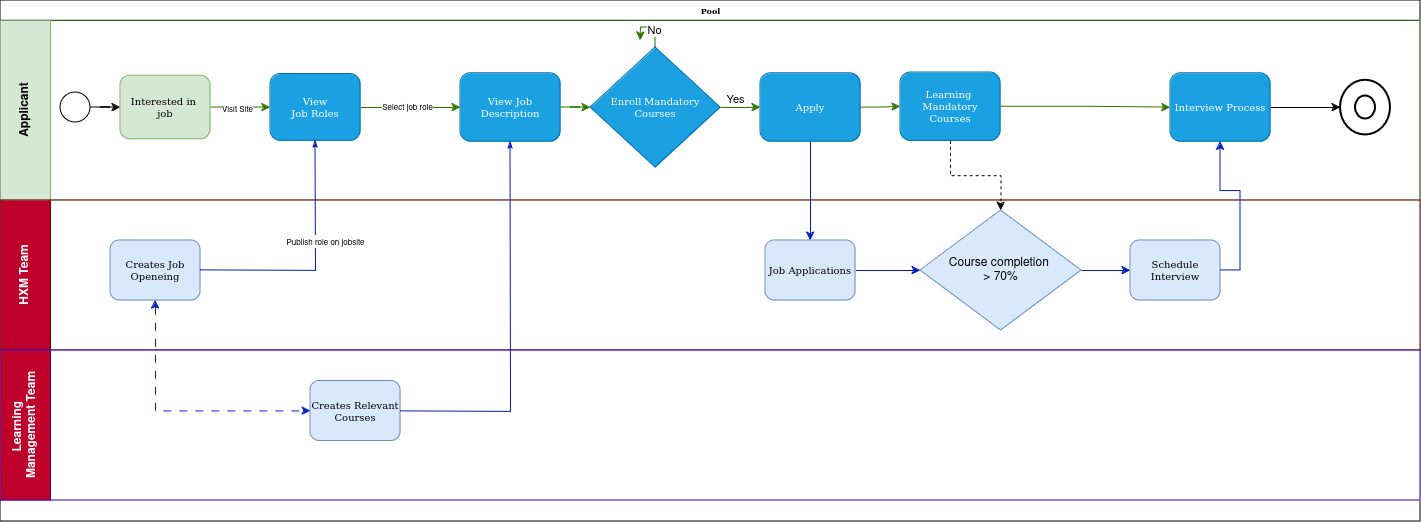
Earlier version of the draw.io export BPMN/Untitled Diagram.drawio.png (Meharaj-thoufik/Quality-Candidate-Recruit). Source tidied: cells renumbered, new cells last; positions are measured from the earlier drawing's top-left corner, leaving out a move shared by most shapes. The source it was exported from:
```xml
<mxGraphModel background="#ffffff">
  <root>
    <mxCell id="0" />
    <mxCell id="1" parent="0" />
    <mxCell id="2" value="Pool" style="swimlane;html=1;horizontal=1;startSize=20;rounded=0;shadow=0;labelBackgroundColor=none;strokeWidth=1;fontFamily=Verdana;fontSize=8;align=center;swimlaneFillColor=default;" parent="1" vertex="1">
      <mxGeometry width="1420" height="521" as="geometry" />
    </mxCell>
    <mxCell id="3" value="Applicant" style="swimlane;html=1;startSize=50;horizontal=0;fillColor=#d5e8d4;strokeColor=#82b366;" parent="2" vertex="1">
      <mxGeometry y="20" width="1420" height="180" as="geometry" />
    </mxCell>
    <mxCell id="4" style="edgeStyle=orthogonalEdgeStyle;rounded=0;jettySize=auto;html=1;entryX=0;entryY=0.5;entryDx=0;entryDy=0;" parent="3" edge="1" source="5" target="8">
      <mxGeometry relative="1" as="geometry" />
    </mxCell>
    <mxCell id="5" style="ellipse;whiteSpace=wrap;html=1;rounded=0;shadow=0;labelBackgroundColor=none;strokeWidth=1;fontFamily=Verdana;fontSize=8;align=center;" parent="3" vertex="1">
      <mxGeometry x="60" y="72" width="30" height="30" as="geometry" />
    </mxCell>
    <mxCell id="6" style="edgeStyle=orthogonalEdgeStyle;rounded=0;jettySize=auto;html=1;strokeColor=#2D7600;fillColor=#60a917;" parent="3" edge="1" source="8" target="11">
      <mxGeometry relative="1" as="geometry" />
    </mxCell>
    <mxCell id="7" value="&lt;font style=&quot;font-size: 8px;&quot;&gt;Visit Site&lt;/font&gt;" style="edgeLabel;html=1;align=center;verticalAlign=middle;" parent="6" vertex="1">
      <mxGeometry x="-0.25" y="-3" relative="1" as="geometry">
        <mxPoint x="4" y="-3" as="offset" />
      </mxGeometry>
    </mxCell>
    <mxCell id="8" value="&lt;div style=&quot;font-size: 10px;&quot;&gt;&lt;font style=&quot;font-size: 10px;&quot;&gt;Interested in&amp;nbsp;&lt;/font&gt;&lt;/div&gt;&lt;div style=&quot;font-size: 10px;&quot;&gt;&lt;font style=&quot;font-size: 10px;&quot;&gt;job&lt;/font&gt;&lt;/div&gt;" style="rounded=1;whiteSpace=wrap;html=1;shadow=0;labelBackgroundColor=none;strokeWidth=1;fontFamily=Verdana;fontSize=8;align=center;fillColor=#d5e8d4;strokeColor=#82b366;glass=0;" parent="3" vertex="1">
      <mxGeometry x="120" y="55.2" width="90" height="63.5" as="geometry" />
    </mxCell>
    <mxCell id="9" style="edgeStyle=orthogonalEdgeStyle;rounded=0;jettySize=auto;html=1;strokeColor=#2D7600;fillColor=#60a917;" parent="3" edge="1" source="11" target="12">
      <mxGeometry relative="1" as="geometry" />
    </mxCell>
    <mxCell id="10" value="&lt;div style=&quot;font-size: 8px;&quot;&gt;&lt;font style=&quot;font-size: 8px;&quot;&gt;Select &lt;font style=&quot;font-size: 8px;&quot;&gt;job role&lt;/font&gt;&lt;font style=&quot;font-size: 8px;&quot;&gt;&lt;br&gt;&lt;/font&gt;&lt;/font&gt;&lt;/div&gt;" style="edgeLabel;html=1;align=center;verticalAlign=middle;" parent="9" vertex="1">
      <mxGeometry x="-0.08" y="-1" relative="1" as="geometry" />
    </mxCell>
    <mxCell id="11" value="&lt;div style=&quot;font-size: 10px;&quot;&gt;&lt;font style=&quot;font-size: 10px;&quot;&gt;View&lt;/font&gt;&lt;/div&gt;&lt;div style=&quot;font-size: 10px;&quot;&gt;&lt;font style=&quot;font-size: 10px;&quot;&gt;Job Roles &lt;br&gt;&lt;/font&gt;&lt;/div&gt;" style="rounded=1;whiteSpace=wrap;html=1;shadow=0;labelBackgroundColor=none;strokeWidth=1;fontFamily=Verdana;fontSize=8;align=center;fillColor=#1ba1e2;fontColor=#ffffff;strokeColor=#006EAF;" parent="3" vertex="1">
      <mxGeometry x="270" y="53.6" width="90" height="66.8" as="geometry" />
    </mxCell>
    <mxCell id="12" value="&lt;div style=&quot;font-size: 10px;&quot;&gt;&lt;font style=&quot;font-size: 10px;&quot;&gt;View Job Description &lt;br&gt;&lt;/font&gt;&lt;/div&gt;" style="rounded=1;whiteSpace=wrap;html=1;shadow=0;labelBackgroundColor=none;strokeWidth=1;fontFamily=Verdana;fontSize=8;align=center;fillColor=#1ba1e2;fontColor=#ffffff;strokeColor=#006EAF;" parent="3" vertex="1">
      <mxGeometry x="460" y="52.8" width="100" height="68.4" as="geometry" />
    </mxCell>
    <mxCell id="13" style="edgeStyle=orthogonalEdgeStyle;rounded=0;jettySize=auto;html=1;fillColor=#60a917;strokeColor=#2D7600;" parent="3" edge="1" source="15">
      <mxGeometry relative="1" as="geometry">
        <mxPoint x="640" y="20" as="targetPoint" />
      </mxGeometry>
    </mxCell>
    <mxCell id="14" value="No" style="edgeLabel;html=1;align=center;verticalAlign=middle;" parent="13" vertex="1">
      <mxGeometry x="-0.28" y="2" relative="1" as="geometry" />
    </mxCell>
    <mxCell id="15" value="&lt;font style=&quot;font-size: 10px;&quot;&gt;Enroll&lt;/font&gt; &lt;font style=&quot;font-size: 10px;&quot;&gt;&lt;font style=&quot;font-size: 10px;&quot;&gt;Mandatory Courses&lt;/font&gt;&lt;/font&gt;" style="strokeWidth=1;html=1;shape=mxgraph.flowchart.decision;whiteSpace=wrap;rounded=1;shadow=0;labelBackgroundColor=none;fontFamily=Verdana;fontSize=8;align=center;fillColor=#1ba1e2;fontColor=#ffffff;strokeColor=#006EAF;" parent="3" vertex="1">
      <mxGeometry x="590" y="27" width="130" height="120" as="geometry" />
    </mxCell>
    <mxCell id="16" style="edgeStyle=orthogonalEdgeStyle;rounded=0;jettySize=auto;html=1;entryX=0;entryY=0.5;entryDx=0;entryDy=0;entryPerimeter=0;strokeColor=#2D7600;fillColor=#60a917;" parent="3" edge="1" source="12" target="15">
      <mxGeometry relative="1" as="geometry" />
    </mxCell>
    <mxCell id="17" style="edgeStyle=orthogonalEdgeStyle;rounded=0;jettySize=auto;html=1;entryX=0;entryY=0.5;entryDx=0;entryDy=0;fillColor=#60a917;strokeColor=#2D7600;" parent="3" edge="1" source="18" target="24">
      <mxGeometry relative="1" as="geometry" />
    </mxCell>
    <mxCell id="18" value="&lt;div style=&quot;font-size: 10px;&quot;&gt;&lt;font style=&quot;font-size: 10px;&quot;&gt;Learning&amp;nbsp;&lt;/font&gt;&lt;/div&gt;&lt;div style=&quot;font-size: 10px;&quot;&gt;&lt;font style=&quot;font-size: 10px;&quot;&gt;Mandatory&lt;/font&gt;&lt;/div&gt;&lt;div style=&quot;font-size: 10px;&quot;&gt;&lt;font style=&quot;font-size: 10px;&quot;&gt;Courses&lt;br&gt;&lt;/font&gt;&lt;/div&gt;" style="rounded=1;whiteSpace=wrap;html=1;shadow=0;labelBackgroundColor=none;strokeWidth=1;fontFamily=Verdana;fontSize=8;align=center;fillColor=#1ba1e2;fontColor=#ffffff;strokeColor=#006EAF;" parent="3" vertex="1">
      <mxGeometry x="900" y="52" width="100" height="68.4" as="geometry" />
    </mxCell>
    <mxCell id="19" style="edgeStyle=orthogonalEdgeStyle;rounded=0;jettySize=auto;html=1;exitX=1;exitY=0.5;exitDx=0;exitDy=0;entryX=0;entryY=0.5;entryDx=0;entryDy=0;fillColor=#60a917;strokeColor=#2D7600;" parent="3" edge="1" source="20" target="18">
      <mxGeometry relative="1" as="geometry" />
    </mxCell>
    <mxCell id="20" value="&lt;font style=&quot;font-size: 10px;&quot;&gt;Apply&lt;/font&gt;" style="rounded=1;whiteSpace=wrap;html=1;shadow=0;labelBackgroundColor=none;strokeWidth=1;fontFamily=Verdana;fontSize=8;align=center;fillColor=#1ba1e2;fontColor=#ffffff;strokeColor=#006EAF;" parent="3" vertex="1">
      <mxGeometry x="760" y="52.8" width="100" height="68.4" as="geometry" />
    </mxCell>
    <mxCell id="21" style="edgeStyle=orthogonalEdgeStyle;rounded=0;jettySize=auto;html=1;strokeColor=#2D7600;fillColor=#60a917;entryX=0;entryY=0.5;entryDx=0;entryDy=0;" parent="3" edge="1" source="15" target="20">
      <mxGeometry relative="1" as="geometry" />
    </mxCell>
    <mxCell id="22" value="Yes" style="edgeLabel;html=1;align=center;verticalAlign=middle;" parent="21" vertex="1">
      <mxGeometry x="0.09" y="-2" relative="1" as="geometry">
        <mxPoint x="-8" y="-10" as="offset" />
      </mxGeometry>
    </mxCell>
    <mxCell id="23" style="edgeStyle=orthogonalEdgeStyle;rounded=0;jettySize=auto;html=1;" parent="3" edge="1" source="24" target="25">
      <mxGeometry relative="1" as="geometry" />
    </mxCell>
    <mxCell id="24" value="&lt;font style=&quot;font-size: 10px;&quot;&gt;Interview Process&lt;/font&gt;" style="rounded=1;whiteSpace=wrap;html=1;shadow=0;labelBackgroundColor=none;strokeWidth=1;fontFamily=Verdana;fontSize=8;align=center;fillColor=#1ba1e2;fontColor=#ffffff;strokeColor=#006EAF;" parent="3" vertex="1">
      <mxGeometry x="1170" y="52.8" width="100" height="68.4" as="geometry" />
    </mxCell>
    <mxCell id="25" style="strokeWidth=2;html=1;shape=mxgraph.flowchart.start_2;whiteSpace=wrap;" parent="3" vertex="1">
      <mxGeometry x="1340" y="59.6" width="50" height="54.8" as="geometry" />
    </mxCell>
    <mxCell id="26" style="strokeWidth=2;html=1;shape=mxgraph.flowchart.start_2;whiteSpace=wrap;" parent="3" vertex="1">
      <mxGeometry x="1355" y="75.5" width="20" height="23" as="geometry" />
    </mxCell>
    <mxCell id="27" value="HXM Team" style="swimlane;html=1;startSize=50;horizontal=0;fillColor=#BF002B;strokeColor=#6F0000;fontColor=#ffffff;gradientColor=none;swimlaneFillColor=default;" parent="2" vertex="1">
      <mxGeometry y="200" width="1420" height="150" as="geometry" />
    </mxCell>
    <mxCell id="28" value="&lt;font size=&quot;1&quot;&gt;&lt;span&gt;Creates Job Openeing &lt;/span&gt;&lt;/font&gt;" style="rounded=1;whiteSpace=wrap;html=1;shadow=0;labelBackgroundColor=none;strokeWidth=1;fontFamily=Verdana;fontSize=8;align=center;fillColor=#dae8fc;strokeColor=#6c8ebf;" parent="27" vertex="1">
      <mxGeometry x="110" y="40" width="90" height="60" as="geometry" />
    </mxCell>
    <mxCell id="29" style="edgeStyle=orthogonalEdgeStyle;rounded=0;jettySize=auto;html=1;exitX=1;exitY=0.5;exitDx=0;exitDy=0;entryX=0;entryY=0.5;entryDx=0;entryDy=0;fillColor=#0050ef;strokeColor=#001DBC;" parent="27" edge="1" source="30" target="32">
      <mxGeometry relative="1" as="geometry" />
    </mxCell>
    <mxCell id="30" value="&lt;font style=&quot;font-size: 10px;&quot;&gt;Job Applications&lt;br&gt;&lt;/font&gt;" style="rounded=1;whiteSpace=wrap;html=1;shadow=0;labelBackgroundColor=none;strokeWidth=1;fontFamily=Verdana;fontSize=8;align=center;fillColor=#dae8fc;strokeColor=#6c8ebf;" parent="27" vertex="1">
      <mxGeometry x="765" y="40" width="90" height="60" as="geometry" />
    </mxCell>
    <mxCell id="31" style="edgeStyle=orthogonalEdgeStyle;rounded=0;jettySize=auto;html=1;entryX=0;entryY=0.5;entryDx=0;entryDy=0;fillColor=#0050ef;strokeColor=#001DBC;" parent="27" edge="1" source="32" target="33">
      <mxGeometry relative="1" as="geometry" />
    </mxCell>
    <mxCell id="32" value="&lt;div&gt;Course completion&amp;nbsp;&lt;/div&gt;&lt;div&gt;&amp;gt; 70%&lt;/div&gt;" style="rhombus;whiteSpace=wrap;html=1;fillColor=#dae8fc;strokeColor=#6c8ebf;" parent="27" vertex="1">
      <mxGeometry x="920" y="10" width="161" height="120" as="geometry" />
    </mxCell>
    <mxCell id="33" value="&lt;font style=&quot;font-size: 10px;&quot;&gt;Schedule Interview &lt;br&gt;&lt;/font&gt;" style="rounded=1;whiteSpace=wrap;html=1;shadow=0;labelBackgroundColor=none;strokeWidth=1;fontFamily=Verdana;fontSize=8;align=center;fillColor=#dae8fc;strokeColor=#6c8ebf;" parent="27" vertex="1">
      <mxGeometry x="1130" y="40" width="90" height="60" as="geometry" />
    </mxCell>
    <mxCell id="34" value="&lt;div&gt;Learning&amp;nbsp;&lt;/div&gt;&lt;div&gt;Management Team&lt;br&gt;&lt;/div&gt;" style="swimlane;html=1;startSize=50;horizontal=0;fillColor=#BF002B;strokeColor=#3700CC;fontColor=#ffffff;swimlaneFillColor=default;" parent="2" vertex="1">
      <mxGeometry y="350" width="1420" height="150" as="geometry" />
    </mxCell>
    <mxCell id="35" value="&lt;div&gt;&lt;font size=&quot;1&quot;&gt;&lt;span&gt;Creates Relevant&lt;/span&gt;&lt;/font&gt;&lt;/div&gt;&lt;div&gt;&lt;font size=&quot;1&quot;&gt;&lt;span&gt;Courses &lt;/span&gt;&lt;/font&gt;&lt;/div&gt;" style="rounded=1;whiteSpace=wrap;html=1;shadow=0;labelBackgroundColor=none;strokeWidth=1;fontFamily=Verdana;fontSize=8;align=center;fillColor=#dae8fc;strokeColor=#6c8ebf;" parent="34" vertex="1">
      <mxGeometry x="310" y="30.5" width="90" height="60" as="geometry" />
    </mxCell>
    <mxCell id="36" style="edgeStyle=orthogonalEdgeStyle;rounded=0;jettySize=auto;html=1;entryX=0.5;entryY=0;entryDx=0;entryDy=0;fillColor=#0050ef;strokeColor=#001DBC;" parent="2" edge="1" source="20" target="30">
      <mxGeometry relative="1" as="geometry" />
    </mxCell>
    <mxCell id="37" style="edgeStyle=orthogonalEdgeStyle;rounded=0;jettySize=auto;html=1;entryX=0.5;entryY=0;entryDx=0;entryDy=0;exitX=0.5;exitY=1;exitDx=0;exitDy=0;dashed=1;" parent="2" edge="1" source="18" target="32">
      <mxGeometry relative="1" as="geometry" />
    </mxCell>
    <mxCell id="38" style="edgeStyle=orthogonalEdgeStyle;rounded=0;jettySize=auto;html=1;entryX=0.5;entryY=1;entryDx=0;entryDy=0;fillColor=#0050ef;strokeColor=#001DBC;exitX=1;exitY=0.5;exitDx=0;exitDy=0;" parent="2" edge="1" source="33" target="24">
      <mxGeometry relative="1" as="geometry" />
    </mxCell>
    <mxCell id="39" style="edgeStyle=orthogonalEdgeStyle;rounded=0;jettySize=auto;html=1;exitX=0.5;exitY=1;exitDx=0;exitDy=0;entryX=0;entryY=0.5;entryDx=0;entryDy=0;dashed=1;dashPattern=8 8;endArrow=classic;endFill=1;startArrow=classic;startFill=1;fillColor=#0050ef;strokeColor=#001DBC;" parent="2" edge="1" source="28" target="35">
      <mxGeometry relative="1" as="geometry" />
    </mxCell>
    <mxCell id="40" style="edgeStyle=orthogonalEdgeStyle;rounded=0;html=1;labelBackgroundColor=none;startArrow=none;startFill=0;startSize=5;endArrow=classicThin;endFill=1;endSize=5;jettySize=auto;orthogonalLoop=1;strokeWidth=1;fontFamily=Verdana;fontSize=8;entryX=0.5;entryY=1;entryDx=0;entryDy=0;fillColor=#0050ef;strokeColor=#001DBC;" parent="1" edge="1">
      <mxGeometry relative="1" as="geometry">
        <mxPoint x="200" y="270" as="sourcePoint" />
        <mxPoint x="315" y="140" as="targetPoint" />
      </mxGeometry>
    </mxCell>
    <mxCell id="41" value="&lt;font style=&quot;font-size: 8px;&quot;&gt;Publish role on jobsite&lt;br&gt;&lt;/font&gt;" style="edgeLabel;html=1;align=center;verticalAlign=middle;" parent="40" vertex="1">
      <mxGeometry x="-0.09" y="1" relative="1" as="geometry">
        <mxPoint x="12" y="-29" as="offset" />
      </mxGeometry>
    </mxCell>
    <mxCell id="42" style="edgeStyle=orthogonalEdgeStyle;rounded=0;html=1;labelBackgroundColor=none;startArrow=none;startFill=0;startSize=5;endArrow=classicThin;endFill=1;endSize=5;jettySize=auto;orthogonalLoop=1;strokeWidth=1;fontFamily=Verdana;fontSize=8;entryX=0.5;entryY=1;entryDx=0;entryDy=0;fillColor=#0050ef;strokeColor=#001DBC;" parent="1" edge="1">
      <mxGeometry relative="1" as="geometry">
        <mxPoint x="400" y="411" as="sourcePoint" />
        <mxPoint x="510" y="141" as="targetPoint" />
      </mxGeometry>
    </mxCell>
  </root>
</mxGraphModel>
```
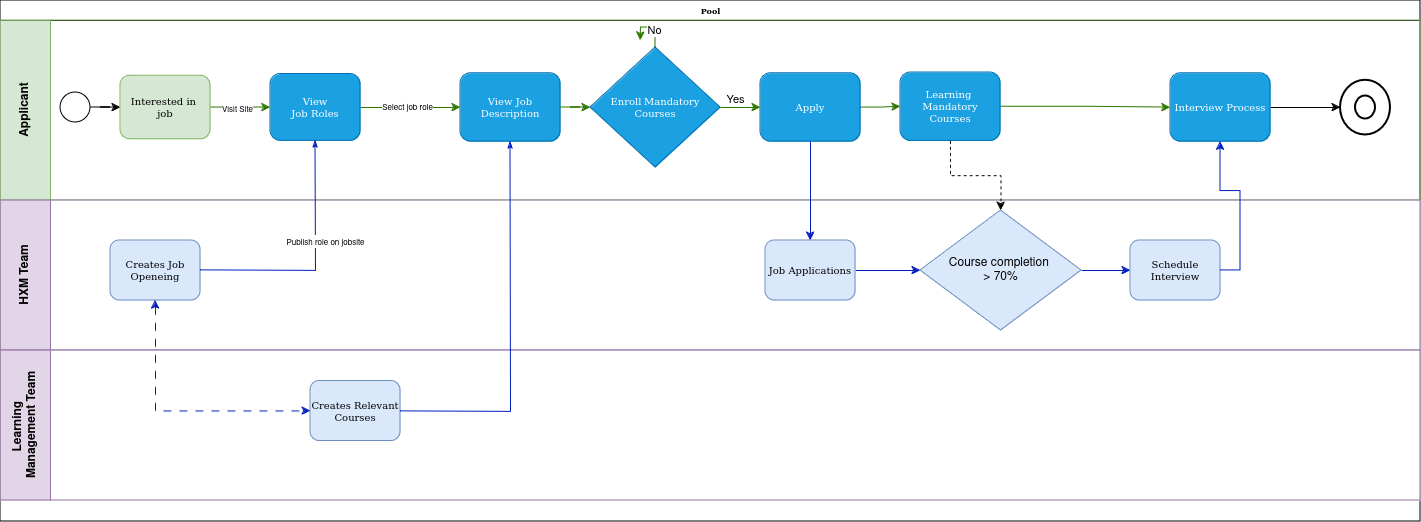
After the change.

Diff of the diagram source:
```diff
@@ -83,7 +83,7 @@
     <mxCell id="26" style="strokeWidth=2;html=1;shape=mxgraph.flowchart.start_2;whiteSpace=wrap;" parent="3" vertex="1">
       <mxGeometry x="1355" y="75.5" width="20" height="23" as="geometry" />
     </mxCell>
-    <mxCell id="27" value="HXM Team" style="swimlane;html=1;startSize=50;horizontal=0;fillColor=#BF002B;strokeColor=#6F0000;fontColor=#ffffff;gradientColor=none;swimlaneFillColor=default;" parent="2" vertex="1">
+    <mxCell id="27" value="HXM Team" style="swimlane;html=1;startSize=50;horizontal=0;fillColor=#e1d5e7;strokeColor=#9673a6;swimlaneFillColor=default;" parent="2" vertex="1">
       <mxGeometry y="200" width="1420" height="150" as="geometry" />
     </mxCell>
     <mxCell id="28" value="&lt;font size=&quot;1&quot;&gt;&lt;span&gt;Creates Job Openeing &lt;/span&gt;&lt;/font&gt;" style="rounded=1;whiteSpace=wrap;html=1;shadow=0;labelBackgroundColor=none;strokeWidth=1;fontFamily=Verdana;fontSize=8;align=center;fillColor=#dae8fc;strokeColor=#6c8ebf;" parent="27" vertex="1">
@@ -104,7 +104,7 @@
     <mxCell id="33" value="&lt;font style=&quot;font-size: 10px;&quot;&gt;Schedule Interview &lt;br&gt;&lt;/font&gt;" style="rounded=1;whiteSpace=wrap;html=1;shadow=0;labelBackgroundColor=none;strokeWidth=1;fontFamily=Verdana;fontSize=8;align=center;fillColor=#dae8fc;strokeColor=#6c8ebf;" parent="27" vertex="1">
       <mxGeometry x="1130" y="40" width="90" height="60" as="geometry" />
     </mxCell>
-    <mxCell id="34" value="&lt;div&gt;Learning&amp;nbsp;&lt;/div&gt;&lt;div&gt;Management Team&lt;br&gt;&lt;/div&gt;" style="swimlane;html=1;startSize=50;horizontal=0;fillColor=#BF002B;strokeColor=#3700CC;fontColor=#ffffff;swimlaneFillColor=default;" parent="2" vertex="1">
+    <mxCell id="34" value="&lt;div&gt;Learning&amp;nbsp;&lt;/div&gt;&lt;div&gt;Management Team&lt;br&gt;&lt;/div&gt;" style="swimlane;html=1;startSize=50;horizontal=0;fillColor=#e1d5e7;strokeColor=#9673a6;swimlaneFillColor=default;" parent="2" vertex="1">
       <mxGeometry y="350" width="1420" height="150" as="geometry" />
     </mxCell>
     <mxCell id="35" value="&lt;div&gt;&lt;font size=&quot;1&quot;&gt;&lt;span&gt;Creates Relevant&lt;/span&gt;&lt;/font&gt;&lt;/div&gt;&lt;div&gt;&lt;font size=&quot;1&quot;&gt;&lt;span&gt;Courses &lt;/span&gt;&lt;/font&gt;&lt;/div&gt;" style="rounded=1;whiteSpace=wrap;html=1;shadow=0;labelBackgroundColor=none;strokeWidth=1;fontFamily=Verdana;fontSize=8;align=center;fillColor=#dae8fc;strokeColor=#6c8ebf;" parent="34" vertex="1">
```
